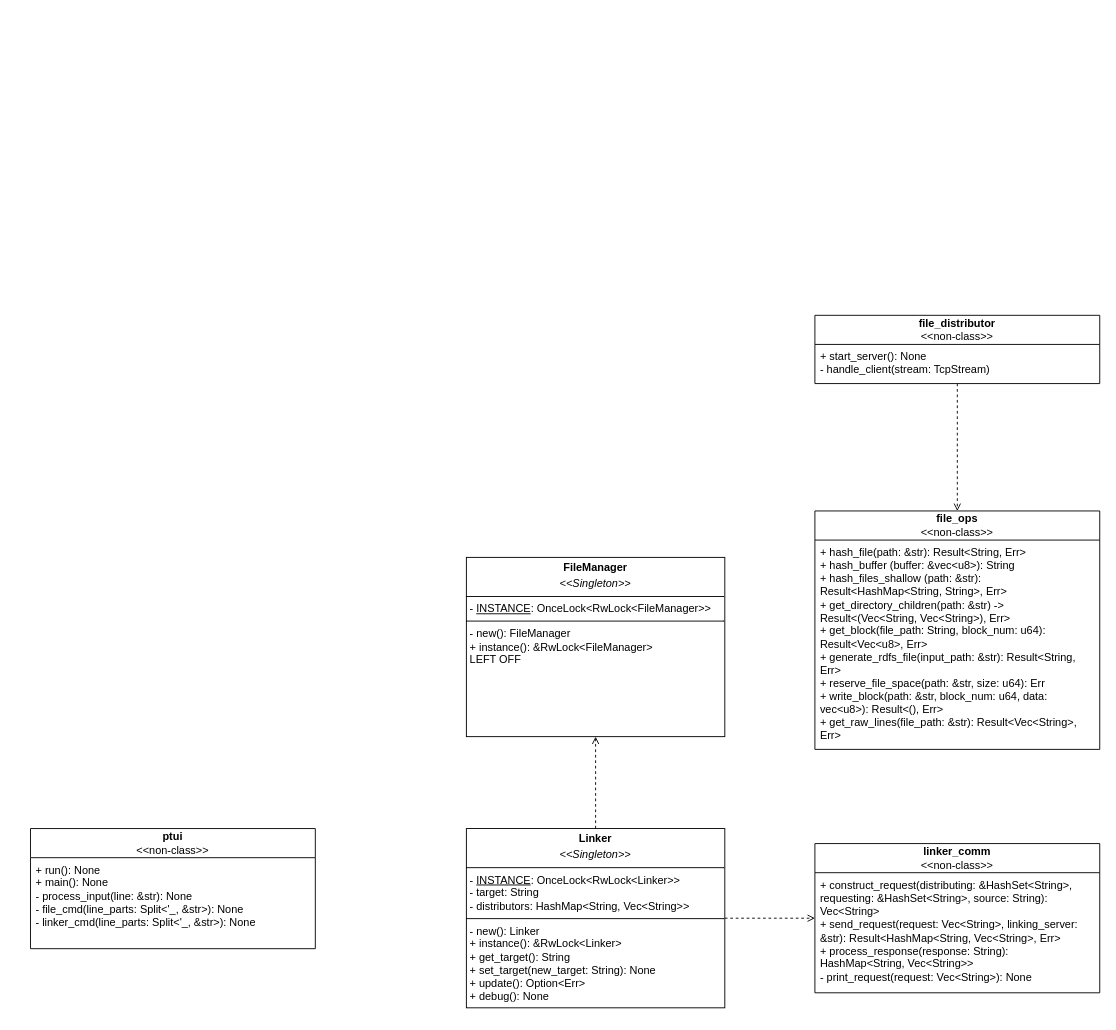
The draw.io diagram page "UML (Client)" (1 of 2) of RustDFS Diagrams.drawio in jm0ran/Rust-DFS, before the edit. Source tidied: cells renumbered, new cells numbered last; positions are measured from the earlier drawing's top-left corner, leaving out a move shared by most shapes. Both pictures are drawn from the tidied source at 91%, with x=0, y=0 at pixel (30, 315).
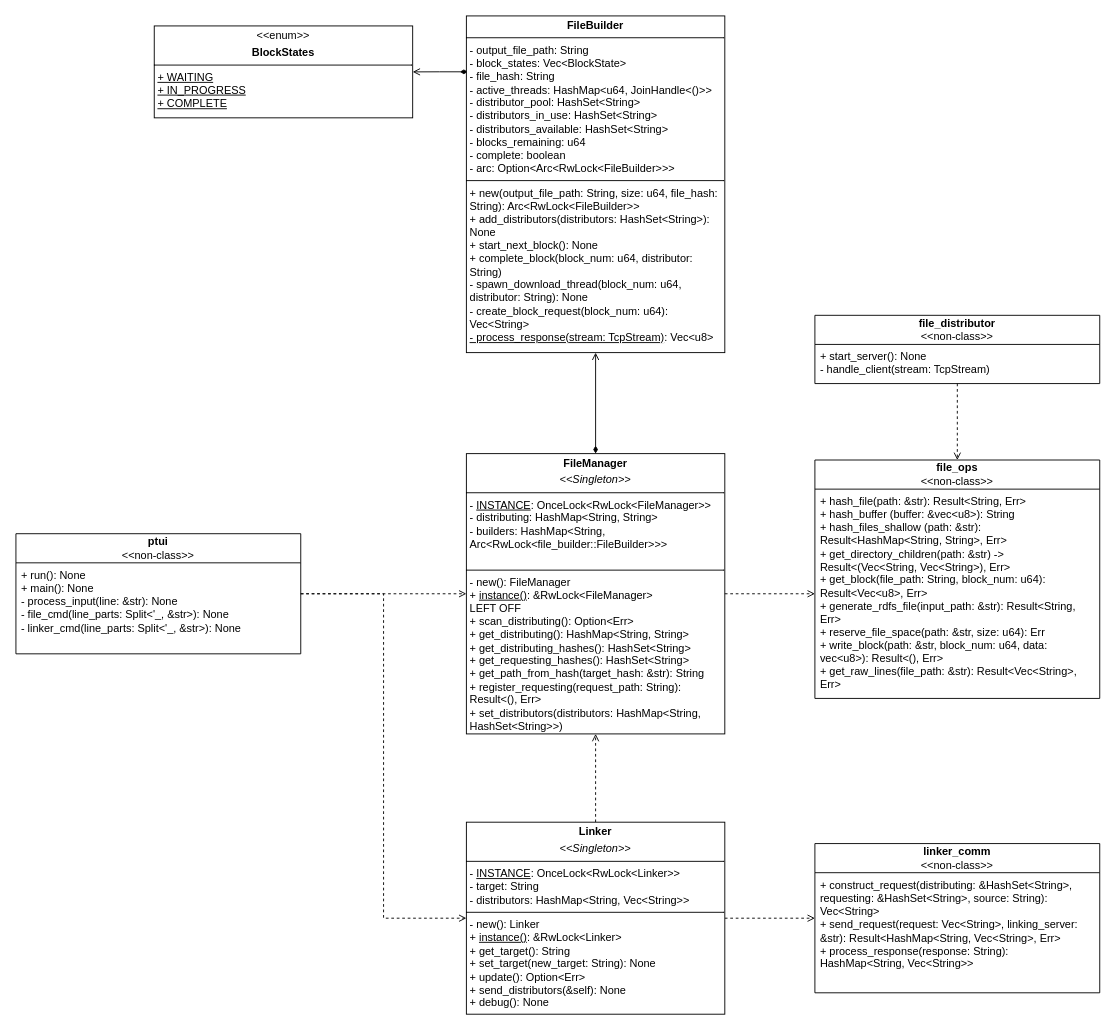
The same page after the edit.

Commit message (it also covers changes not shown here):
UML Diagram and Simple Block Diagrams up to date

The change refers to these unchanged cells:
```xml
<mxCell id="3" value="+ hash_file(path: &amp;amp;str): Result&amp;lt;String, Err&amp;gt;&lt;div&gt;+ hash_buffer (buffer: &amp;amp;vec&amp;lt;u8&amp;gt;): String&lt;/div&gt;&lt;div&gt;+ hash_files_shallow (path: &amp;amp;str): Result&amp;lt;HashMap&amp;lt;String, String&amp;gt;, Err&amp;gt;&lt;/div&gt;&lt;div&gt;+ get_directory_children(path: &amp;amp;str) -&amp;gt; Result&amp;lt;(Vec&amp;lt;String, Vec&amp;lt;String&amp;gt;), Err&amp;gt;&lt;/div&gt;&lt;div&gt;+ get_block(file_path: String, block_num: u64): Result&amp;lt;Vec&amp;lt;u8&amp;gt;, Err&amp;gt;&lt;/div&gt;&lt;div&gt;+ generate_rdfs_file(input_path: &amp;amp;str): Result&amp;lt;String, Err&amp;gt;&lt;/div&gt;&lt;div&gt;+ reserve_file_space(path: &amp;amp;str, size: u64): Err&lt;/div&gt;&lt;div&gt;+ write_block(path: &amp;amp;str, block_num: u64, data: vec&amp;lt;u8&amp;gt;): Result&amp;lt;(), Err&amp;gt;&lt;/div&gt;&lt;div&gt;+ get_raw_lines(file_path: &amp;amp;str): Result&amp;lt;Vec&amp;lt;String&amp;gt;, Err&amp;gt;&lt;/div&gt;&lt;div&gt;&lt;br&gt;&lt;/div&gt;" style="text;strokeColor=none;fillColor=none;align=left;verticalAlign=top;spacingLeft=4;spacingRight=4;overflow=hidden;points=[[0,0.5],[1,0.5]];portConstraint=eastwest;whiteSpace=wrap;html=1;" parent="2" vertex="1">
  <mxGeometry y="32" width="313" height="230" as="geometry" />
</mxCell>
<mxCell id="12" value="&lt;b&gt;linker_comm&lt;/b&gt;&lt;div&gt;&amp;lt;&amp;lt;non-class&amp;gt;&amp;gt;&lt;/div&gt;" style="swimlane;fontStyle=0;horizontal=1;startSize=32;fillColor=none;whiteSpace=wrap;html=1;" parent="1" vertex="1">
  <mxGeometry x="862" y="580.5" width="313" height="164" as="geometry" />
</mxCell>
```

What changed in the source:
```diff
@@
     <mxCell id="2" value="&lt;b&gt;file_ops&lt;/b&gt;&lt;div&gt;&amp;lt;&amp;lt;non-class&amp;gt;&amp;gt;&lt;/div&gt;" style="swimlane;fontStyle=0;horizontal=1;startSize=32;fillColor=none;whiteSpace=wrap;html=1;" parent="1" vertex="1">
-      <mxGeometry x="862" y="215" width="313" height="262" as="geometry" />
+      <mxGeometry x="862" y="159" width="313" height="262" as="geometry" />
     </mxCell>
@@
+    <mxCell id="15" style="edgeStyle=orthogonalEdgeStyle;rounded=0;jettySize=auto;html=1;dashed=1;endArrow=open;endFill=0;" parent="1" edge="1" source="4" target="14">
+      <mxGeometry relative="1" as="geometry" />
+    </mxCell>
+    <mxCell id="16" style="edgeStyle=orthogonalEdgeStyle;rounded=0;jettySize=auto;html=1;entryX=0;entryY=0.5;entryDx=0;entryDy=0;dashed=1;endArrow=open;endFill=0;" parent="1" edge="1" source="4" target="11">
+      <mxGeometry relative="1" as="geometry" />
+    </mxCell>
     <mxCell id="4" value="&lt;b&gt;ptui&lt;/b&gt;&lt;br&gt;&lt;div&gt;&amp;lt;&amp;lt;non-class&amp;gt;&amp;gt;&lt;/div&gt;" style="swimlane;fontStyle=0;horizontal=1;startSize=32;fillColor=none;whiteSpace=wrap;html=1;" parent="1" vertex="1">
-      <mxGeometry y="564" width="313" height="132" as="geometry" />
+      <mxGeometry x="-16" y="240" width="313" height="132" as="geometry" />
     </mxCell>
@@
-    <mxCell id="11" value="&lt;p style=&quot;margin:0px;margin-top:4px;text-align:center;&quot;&gt;&lt;b&gt;Linker&lt;/b&gt;&lt;/p&gt;&lt;p style=&quot;margin:0px;margin-top:4px;text-align:center;&quot;&gt;&lt;i&gt;&amp;lt;&amp;lt;Singleton&amp;gt;&amp;gt;&lt;/i&gt;&lt;b&gt;&lt;/b&gt;&lt;/p&gt;&lt;hr size=&quot;1&quot; style=&quot;border-style:solid;&quot;&gt;&lt;p style=&quot;margin:0px;margin-left:4px;&quot;&gt;- &lt;u&gt;INSTANCE&lt;/u&gt;: OnceLock&amp;lt;RwLock&amp;lt;Linker&amp;gt;&amp;gt;&lt;/p&gt;&lt;p style=&quot;margin:0px;margin-left:4px;&quot;&gt;- target: String&lt;/p&gt;&lt;p style=&quot;margin:0px;margin-left:4px;&quot;&gt;- distributors: HashMap&amp;lt;String, Vec&amp;lt;String&amp;gt;&amp;gt;&lt;/p&gt;&lt;hr size=&quot;1&quot; style=&quot;border-style:solid;&quot;&gt;&lt;p style=&quot;margin:0px;margin-left:4px;&quot;&gt;- new(): Linker&lt;/p&gt;&lt;p style=&quot;margin:0px;margin-left:4px;&quot;&gt;+ instance(): &amp;amp;RwLock&amp;lt;Linker&amp;gt;&lt;/p&gt;&lt;p style=&quot;margin:0px;margin-left:4px;&quot;&gt;+ get_target(): String&lt;/p&gt;&lt;p style=&quot;margin:0px;margin-left:4px;&quot;&gt;+ set_target(new_target: String): None&lt;/p&gt;&lt;p style=&quot;margin:0px;margin-left:4px;&quot;&gt;+ update(): Option&amp;lt;Err&amp;gt;&lt;/p&gt;&lt;p style=&quot;margin:0px;margin-left:4px;&quot;&gt;+ debug(): None&lt;/p&gt;" style="verticalAlign=top;align=left;overflow=fill;html=1;whiteSpace=wrap;" parent="1" vertex="1">
-      <mxGeometry x="479" y="564" width="284" height="197" as="geometry" />
+    <mxCell id="11" value="&lt;p style=&quot;margin:0px;margin-top:4px;text-align:center;&quot;&gt;&lt;b&gt;Linker&lt;/b&gt;&lt;/p&gt;&lt;p style=&quot;margin:0px;margin-top:4px;text-align:center;&quot;&gt;&lt;i&gt;&amp;lt;&amp;lt;Singleton&amp;gt;&amp;gt;&lt;/i&gt;&lt;b&gt;&lt;/b&gt;&lt;/p&gt;&lt;hr size=&quot;1&quot; style=&quot;border-style:solid;&quot;&gt;&lt;p style=&quot;margin:0px;margin-left:4px;&quot;&gt;- &lt;u&gt;INSTANCE&lt;/u&gt;: OnceLock&amp;lt;RwLock&amp;lt;Linker&amp;gt;&amp;gt;&lt;/p&gt;&lt;p style=&quot;margin:0px;margin-left:4px;&quot;&gt;- target: String&lt;/p&gt;&lt;p style=&quot;margin:0px;margin-left:4px;&quot;&gt;- distributors: HashMap&amp;lt;String, Vec&amp;lt;String&amp;gt;&amp;gt;&lt;/p&gt;&lt;hr size=&quot;1&quot; style=&quot;border-style:solid;&quot;&gt;&lt;p style=&quot;margin:0px;margin-left:4px;&quot;&gt;- new(): Linker&lt;/p&gt;&lt;p style=&quot;margin:0px;margin-left:4px;&quot;&gt;+ &lt;u&gt;instance()&lt;/u&gt;: &amp;amp;RwLock&amp;lt;Linker&amp;gt;&lt;/p&gt;&lt;p style=&quot;margin:0px;margin-left:4px;&quot;&gt;+ get_target(): String&lt;/p&gt;&lt;p style=&quot;margin:0px;margin-left:4px;&quot;&gt;+ set_target(new_target: String): None&lt;/p&gt;&lt;p style=&quot;margin:0px;margin-left:4px;&quot;&gt;+ update(): Option&amp;lt;Err&amp;gt;&lt;/p&gt;&lt;p style=&quot;margin:0px;margin-left:4px;&quot;&gt;+ send_distributors(&amp;amp;self): None&lt;/p&gt;&lt;p style=&quot;margin:0px;margin-left:4px;&quot;&gt;+ debug(): None&lt;/p&gt;" style="verticalAlign=top;align=left;overflow=fill;html=1;whiteSpace=wrap;" parent="1" vertex="1">
+      <mxGeometry x="479" y="557" width="284" height="211" as="geometry" />
     </mxCell>
@@
-    <mxCell id="13" value="&lt;div&gt;+ construct_request(distributing: &amp;amp;HashSet&amp;lt;String&amp;gt;, requesting: &amp;amp;HashSet&amp;lt;String&amp;gt;, source: String): Vec&amp;lt;String&amp;gt;&lt;/div&gt;&lt;div&gt;+ send_request(request: Vec&amp;lt;String&amp;gt;, linking_server: &amp;amp;str): Result&amp;lt;HashMap&amp;lt;String, Vec&amp;lt;String&amp;gt;, Err&amp;gt;&lt;/div&gt;&lt;div&gt;+ process_response(response: String): HashMap&amp;lt;String, Vec&amp;lt;String&amp;gt;&amp;gt;&lt;/div&gt;&lt;div&gt;- print_request(request: Vec&amp;lt;String&amp;gt;): None&lt;/div&gt;&lt;div&gt;&lt;br&gt;&lt;/div&gt;" style="text;strokeColor=none;fillColor=none;align=left;verticalAlign=top;spacingLeft=4;spacingRight=4;overflow=hidden;whiteSpace=wrap;html=1;" parent="12" vertex="1">
+    <mxCell id="13" value="&lt;div&gt;+ construct_request(distributing: &amp;amp;HashSet&amp;lt;String&amp;gt;, requesting: &amp;amp;HashSet&amp;lt;String&amp;gt;, source: String): Vec&amp;lt;String&amp;gt;&lt;/div&gt;&lt;div&gt;+ send_request(request: Vec&amp;lt;String&amp;gt;, linking_server: &amp;amp;str): Result&amp;lt;HashMap&amp;lt;String, Vec&amp;lt;String&amp;gt;, Err&amp;gt;&lt;/div&gt;&lt;div&gt;+ process_response(response: String): HashMap&amp;lt;String, Vec&amp;lt;String&amp;gt;&amp;gt;&lt;/div&gt;" style="text;strokeColor=none;fillColor=none;align=left;verticalAlign=top;spacingLeft=4;spacingRight=4;overflow=hidden;whiteSpace=wrap;html=1;" parent="12" vertex="1">
       <mxGeometry y="32" width="313" height="132" as="geometry" />
     </mxCell>
+    <mxCell id="17" style="edgeStyle=orthogonalEdgeStyle;rounded=0;jettySize=auto;html=1;exitX=0.5;exitY=0;exitDx=0;exitDy=0;entryX=0.5;entryY=1;entryDx=0;entryDy=0;startArrow=diamondThin;startFill=1;endArrow=open;endFill=0;" parent="1" edge="1" source="14" target="20">
+      <mxGeometry relative="1" as="geometry" />
+    </mxCell>
-    <mxCell id="14" value="&lt;p style=&quot;margin:0px;margin-top:4px;text-align:center;&quot;&gt;&lt;b&gt;FileManager&lt;/b&gt;&lt;/p&gt;&lt;p style=&quot;margin:0px;margin-top:4px;text-align:center;&quot;&gt;&lt;i&gt;&amp;lt;&amp;lt;Singleton&amp;gt;&amp;gt;&lt;/i&gt;&lt;b&gt;&lt;/b&gt;&lt;/p&gt;&lt;hr size=&quot;1&quot; style=&quot;border-style:solid;&quot;&gt;&lt;p style=&quot;margin:0px;margin-left:4px;&quot;&gt;- &lt;u&gt;INSTANCE&lt;/u&gt;: OnceLock&amp;lt;RwLock&amp;lt;FileManager&amp;gt;&amp;gt;&lt;/p&gt;&lt;hr size=&quot;1&quot; style=&quot;border-style:solid;&quot;&gt;&lt;p style=&quot;margin:0px;margin-left:4px;&quot;&gt;- new(): FileManager&lt;/p&gt;&lt;p style=&quot;margin:0px;margin-left:4px;&quot;&gt;+ instance(): &amp;amp;RwLock&amp;lt;FileManager&amp;gt;&lt;/p&gt;&lt;p style=&quot;margin:0px;margin-left:4px;&quot;&gt;LEFT OFF&lt;/p&gt;&lt;p style=&quot;margin:0px;margin-left:4px;&quot;&gt;&lt;br&gt;&lt;/p&gt;" style="verticalAlign=top;align=left;overflow=fill;html=1;whiteSpace=wrap;" parent="1" vertex="1">
-      <mxGeometry x="479" y="266" width="284" height="197" as="geometry" />
+    <mxCell id="14" value="&lt;p style=&quot;margin:0px;margin-top:4px;text-align:center;&quot;&gt;&lt;b&gt;FileManager&lt;/b&gt;&lt;/p&gt;&lt;p style=&quot;margin:0px;margin-top:4px;text-align:center;&quot;&gt;&lt;i&gt;&amp;lt;&amp;lt;Singleton&amp;gt;&amp;gt;&lt;/i&gt;&lt;b&gt;&lt;/b&gt;&lt;/p&gt;&lt;hr size=&quot;1&quot; style=&quot;border-style:solid;&quot;&gt;&lt;p style=&quot;margin:0px;margin-left:4px;&quot;&gt;- &lt;u&gt;INSTANCE&lt;/u&gt;: OnceLock&amp;lt;RwLock&amp;lt;FileManager&amp;gt;&amp;gt;&lt;/p&gt;&lt;p style=&quot;margin:0px;margin-left:4px;&quot;&gt;- distributing: HashMap&amp;lt;String, String&amp;gt;&lt;/p&gt;&lt;p style=&quot;margin:0px;margin-left:4px;&quot;&gt;- builders: HashMap&amp;lt;String, Arc&amp;lt;RwLock&amp;lt;file_builder::FileBuilder&amp;gt;&amp;gt;&amp;gt;&lt;/p&gt;&lt;p style=&quot;margin:0px;margin-left:4px;&quot;&gt;&lt;br&gt;&lt;/p&gt;&lt;hr size=&quot;1&quot; style=&quot;border-style:solid;&quot;&gt;&lt;p style=&quot;margin:0px;margin-left:4px;&quot;&gt;- new(): FileManager&lt;/p&gt;&lt;p style=&quot;margin:0px;margin-left:4px;&quot;&gt;+ &lt;u&gt;instance()&lt;/u&gt;: &amp;amp;RwLock&amp;lt;FileManager&amp;gt;&lt;/p&gt;&lt;p style=&quot;margin:0px;margin-left:4px;&quot;&gt;LEFT OFF&lt;/p&gt;&lt;p style=&quot;margin:0px;margin-left:4px;&quot;&gt;+ scan_distributing(): Option&amp;lt;Err&amp;gt;&lt;/p&gt;&lt;p style=&quot;margin:0px;margin-left:4px;&quot;&gt;+ get_distributing(): HashMap&amp;lt;String, String&amp;gt;&lt;/p&gt;&lt;p style=&quot;margin:0px;margin-left:4px;&quot;&gt;+ get_distributing_hashes(): HashSet&amp;lt;String&amp;gt;&lt;/p&gt;&lt;p style=&quot;margin:0px;margin-left:4px;&quot;&gt;+ get_requesting_hashes(): HashSet&amp;lt;String&amp;gt;&lt;/p&gt;&lt;p style=&quot;margin:0px;margin-left:4px;&quot;&gt;+ get_path_from_hash(target_hash: &amp;amp;str): String&lt;/p&gt;&lt;p style=&quot;margin:0px;margin-left:4px;&quot;&gt;+ register_requesting(request_path: String): Result&amp;lt;(), Err&amp;gt;&lt;/p&gt;&lt;p style=&quot;margin:0px;margin-left:4px;&quot;&gt;+ set_distributors(distributors: HashMap&amp;lt;String, HashSet&amp;lt;String&amp;gt;&amp;gt;)&lt;/p&gt;" style="verticalAlign=top;align=left;overflow=fill;html=1;whiteSpace=wrap;" parent="1" vertex="1">
+      <mxGeometry x="479" y="152" width="284" height="308" as="geometry" />
     </mxCell>
+    <mxCell id="18" style="edgeStyle=orthogonalEdgeStyle;rounded=0;jettySize=auto;html=1;entryX=0;entryY=0.5;entryDx=0;entryDy=0;dashed=1;endArrow=open;endFill=0;" parent="1" edge="1" source="14" target="3">
+      <mxGeometry relative="1" as="geometry" />
+    </mxCell>
+    <mxCell id="19" style="edgeStyle=orthogonalEdgeStyle;rounded=0;jettySize=auto;html=1;entryX=1;entryY=0.5;entryDx=0;entryDy=0;endArrow=open;endFill=0;startArrow=diamondThin;startFill=1;exitX=0.006;exitY=0.166;exitDx=0;exitDy=0;exitPerimeter=0;" parent="1" edge="1" source="20" target="21">
+      <mxGeometry relative="1" as="geometry" />
+    </mxCell>
+    <mxCell id="20" value="&lt;p style=&quot;margin:0px;margin-top:4px;text-align:center;&quot;&gt;&lt;b&gt;FileBuilder&lt;/b&gt;&lt;/p&gt;&lt;hr size=&quot;1&quot; style=&quot;border-style:solid;&quot;&gt;&lt;p style=&quot;margin:0px;margin-left:4px;&quot;&gt;- output_file_path: String&lt;/p&gt;&lt;p style=&quot;margin:0px;margin-left:4px;&quot;&gt;- block_states: Vec&amp;lt;BlockState&amp;gt;&lt;/p&gt;&lt;p style=&quot;margin:0px;margin-left:4px;&quot;&gt;- file_hash: String&lt;/p&gt;&lt;p style=&quot;margin:0px;margin-left:4px;&quot;&gt;- active_threads: HashMap&amp;lt;u64, JoinHandle&amp;lt;()&amp;gt;&amp;gt;&lt;/p&gt;&lt;p style=&quot;margin:0px;margin-left:4px;&quot;&gt;- distributor_pool: HashSet&amp;lt;String&amp;gt;&lt;/p&gt;&lt;p style=&quot;margin:0px;margin-left:4px;&quot;&gt;- distributors_in_use: HashSet&amp;lt;String&amp;gt;&lt;/p&gt;&lt;p style=&quot;margin:0px;margin-left:4px;&quot;&gt;- distributors_available: HashSet&amp;lt;String&amp;gt;&lt;/p&gt;&lt;p style=&quot;margin:0px;margin-left:4px;&quot;&gt;- blocks_remaining: u64&lt;/p&gt;&lt;p style=&quot;margin:0px;margin-left:4px;&quot;&gt;- complete: boolean&lt;/p&gt;&lt;p style=&quot;margin:0px;margin-left:4px;&quot;&gt;- arc: Option&amp;lt;Arc&amp;lt;RwLock&amp;lt;FileBuilder&amp;gt;&amp;gt;&amp;gt;&lt;/p&gt;&lt;hr size=&quot;1&quot; style=&quot;border-style:solid;&quot;&gt;&lt;p style=&quot;margin:0px;margin-left:4px;&quot;&gt;+ new(output_file_path: String, size: u64, file_hash: String): Arc&amp;lt;RwLock&amp;lt;FileBuilder&amp;gt;&amp;gt;&lt;/p&gt;&lt;p style=&quot;margin:0px;margin-left:4px;&quot;&gt;+ add_distributors(distributors: HashSet&amp;lt;String&amp;gt;): None&lt;/p&gt;&lt;p style=&quot;margin:0px;margin-left:4px;&quot;&gt;+ start_next_block(): None&lt;/p&gt;&lt;p style=&quot;margin:0px;margin-left:4px;&quot;&gt;+ complete_block(block_num: u64, distributor: String)&lt;/p&gt;&lt;p style=&quot;margin:0px;margin-left:4px;&quot;&gt;- spawn_download_thread(block_num: u64, distributor: String): None&lt;/p&gt;&lt;p style=&quot;margin:0px;margin-left:4px;&quot;&gt;- create_block_request(block_num: u64): Vec&amp;lt;String&amp;gt;&lt;/p&gt;&lt;p style=&quot;margin:0px;margin-left:4px;&quot;&gt;&lt;u&gt;- process_response(stream: TcpStream)&lt;/u&gt;: Vec&amp;lt;u8&amp;gt;&lt;/p&gt;&lt;p style=&quot;margin:0px;margin-left:4px;&quot;&gt;&lt;br&gt;&lt;/p&gt;" style="verticalAlign=top;align=left;overflow=fill;html=1;whiteSpace=wrap;" parent="1" vertex="1">
+      <mxGeometry x="479" y="-329" width="284" height="370" as="geometry" />
+    </mxCell>
+    <mxCell id="21" value="&lt;p style=&quot;margin:0px;margin-top:4px;text-align:center;&quot;&gt;&amp;lt;&amp;lt;enum&amp;gt;&amp;gt;&lt;/p&gt;&lt;p style=&quot;margin:0px;margin-top:4px;text-align:center;&quot;&gt;&lt;b&gt;BlockStates&lt;/b&gt;&lt;/p&gt;&lt;hr size=&quot;1&quot; style=&quot;border-style:solid;&quot;&gt;&lt;p style=&quot;margin:0px;margin-left:4px;&quot;&gt;&lt;u&gt;+ WAITING&lt;/u&gt;&lt;/p&gt;&lt;p style=&quot;margin:0px;margin-left:4px;&quot;&gt;&lt;u&gt;+ IN_PROGRESS&lt;/u&gt;&lt;/p&gt;&lt;p style=&quot;margin:0px;margin-left:4px;&quot;&gt;&lt;u&gt;+ COMPLETE&lt;/u&gt;&lt;/p&gt;" style="verticalAlign=top;align=left;overflow=fill;html=1;whiteSpace=wrap;" parent="1" vertex="1">
+      <mxGeometry x="136" y="-318" width="284" height="101" as="geometry" />
+    </mxCell>
```
